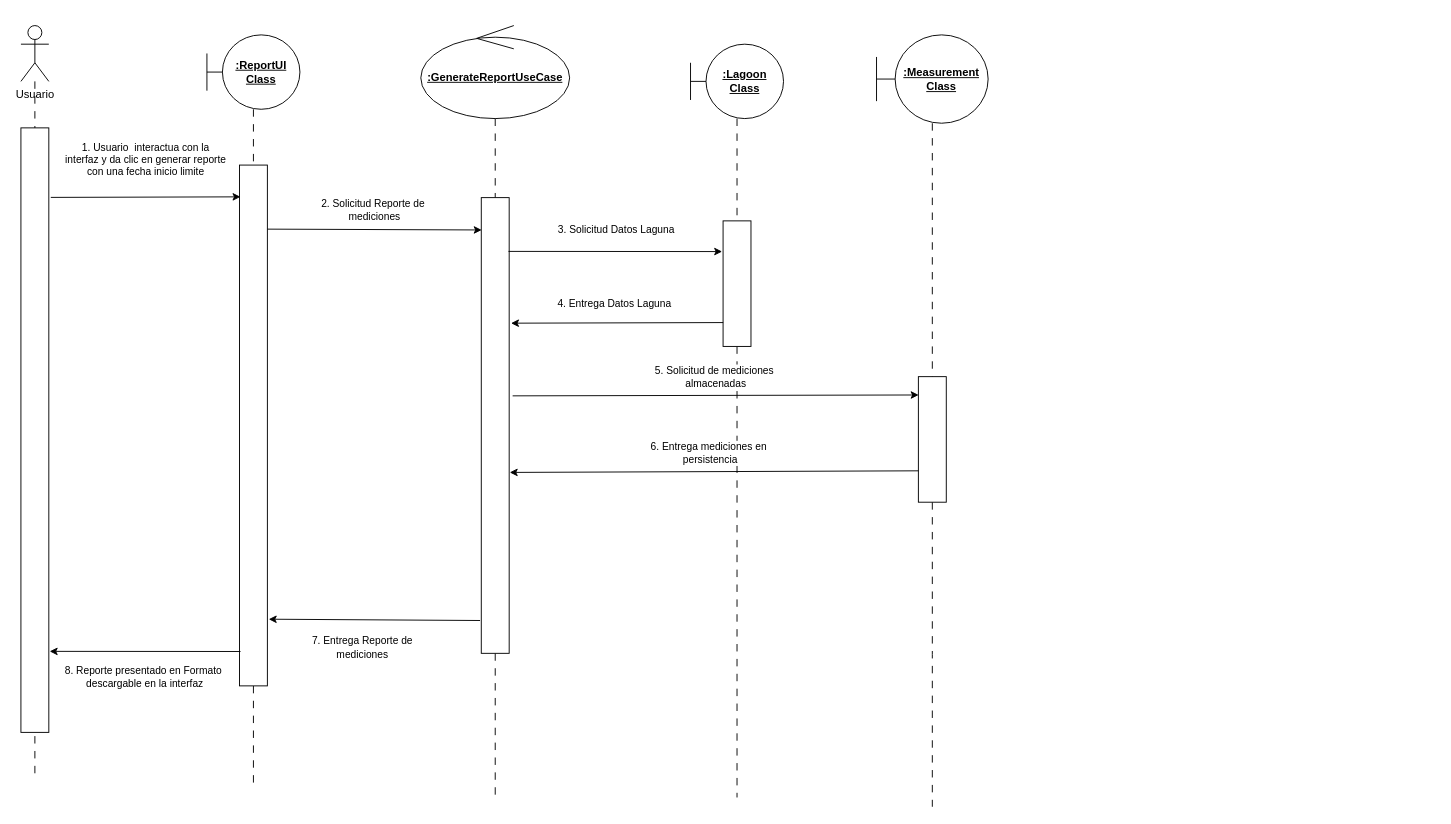
Above: docs/Diagramas/Draw Files/GenerarReporteUC/Diagrama de Secuencia.drawio in cataaap24/LaVenturosa (draw.io), before the change. Source tidied: cells renumbered, new cells numbered last; positions are measured from the earlier drawing's top-left corner, leaving out a move shared by most shapes. Both pictures are drawn from the tidied source at 93%, with x=0, y=0 at pixel (20, 25).
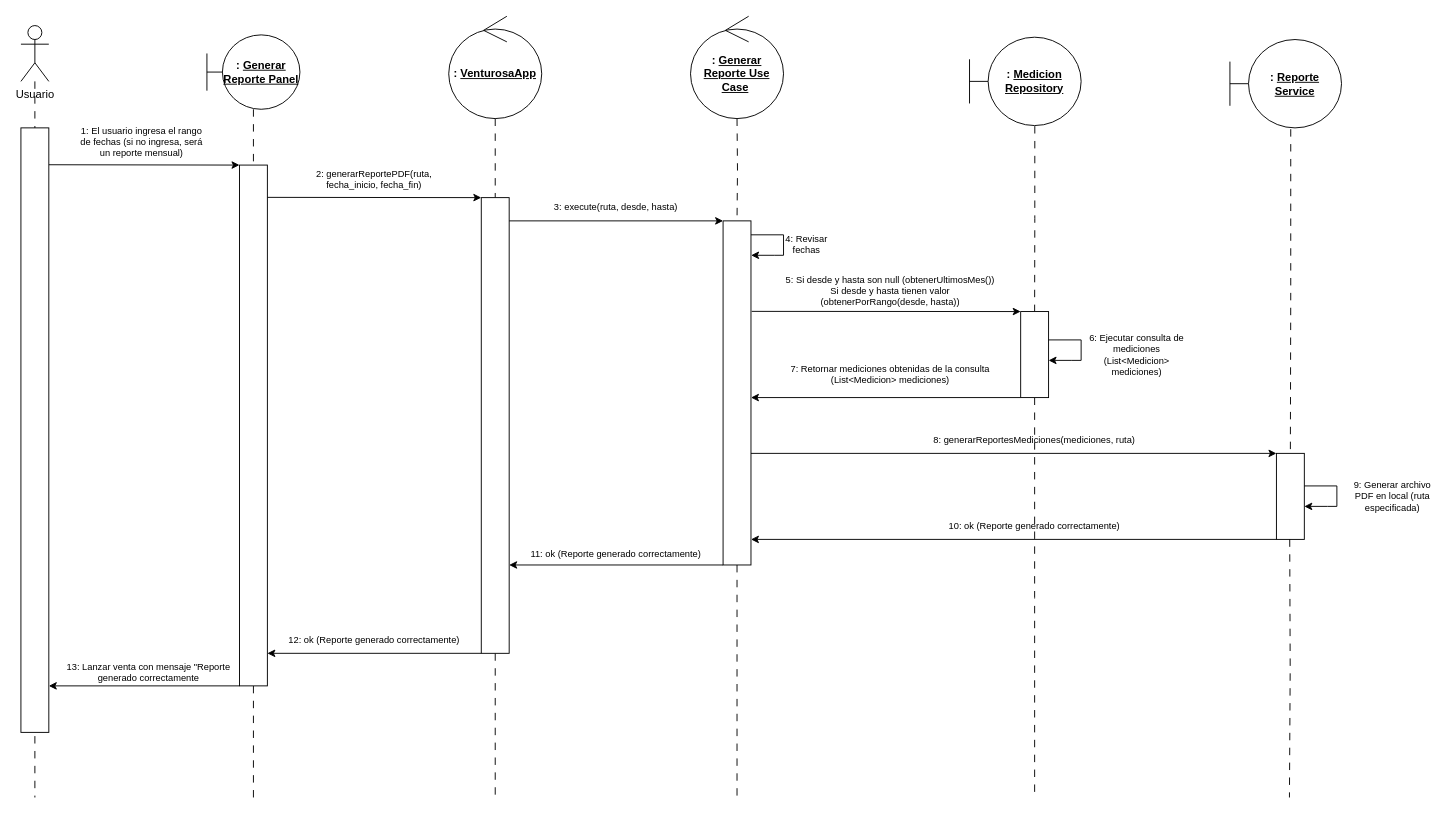
The same diagram, later.

Unchanged cells that the change refers to:
```xml
<mxCell id="3" value="Usuario" style="shape=umlActor;verticalLabelPosition=bottom;verticalAlign=top;html=1;" parent="1" vertex="1">
  <mxGeometry width="30" height="60" as="geometry" />
</mxCell>
<mxCell id="12" style="rounded=0;whiteSpace=wrap;html=1;" parent="1" vertex="1">
  <mxGeometry y="110" width="30" height="650" as="geometry" />
</mxCell>
<mxCell id="14" style="rounded=0;whiteSpace=wrap;html=1;" parent="1" vertex="1">
  <mxGeometry x="235" y="150" width="30" height="560" as="geometry" />
</mxCell>
<mxCell id="16" style="rounded=0;whiteSpace=wrap;html=1;" parent="1" vertex="1">
  <mxGeometry x="495" y="185" width="30" height="490" as="geometry" />
</mxCell>
```

Change to the diagram source:
```diff
@@
     <mxCell id="2" style="edgeStyle=orthogonalEdgeStyle;rounded=0;jettySize=auto;html=1;endArrow=none;endFill=0;dashed=1;dashPattern=8 8;" parent="1" edge="1" source="3">
       <mxGeometry relative="1" as="geometry">
-        <mxPoint x="15" y="810" as="targetPoint" />
+        <mxPoint x="15" y="830" as="targetPoint" />
       </mxGeometry>
     </mxCell>
@@
     <mxCell id="4" style="edgeStyle=orthogonalEdgeStyle;rounded=0;jettySize=auto;html=1;endArrow=none;endFill=0;dashed=1;dashPattern=8 8;" parent="1" edge="1" source="14">
       <mxGeometry relative="1" as="geometry">
-        <mxPoint x="250" y="820" as="targetPoint" />
+        <mxPoint x="250" y="830" as="targetPoint" />
       </mxGeometry>
     </mxCell>
-    <mxCell id="5" value="&lt;b&gt;&lt;u&gt;:ReportUI&lt;/u&gt;&lt;/b&gt;&lt;div&gt;&lt;b&gt;&lt;u&gt;Class&lt;/u&gt;&lt;/b&gt;&lt;/div&gt;" style="shape=umlBoundary;whiteSpace=wrap;html=1;" parent="1" vertex="1">
+    <mxCell id="5" value="&lt;b&gt;: &lt;u&gt;Generar Reporte Panel&lt;/u&gt;&lt;/b&gt;" style="shape=umlBoundary;whiteSpace=wrap;html=1;" parent="1" vertex="1">
       <mxGeometry x="200" y="10" width="100" height="80" as="geometry" />
     </mxCell>
@@
-    <mxCell id="7" value="&lt;u&gt;&lt;b&gt;:GenerateReportUseCase&lt;/b&gt;&lt;/u&gt;" style="ellipse;shape=umlControl;whiteSpace=wrap;html=1;" parent="1" vertex="1">
-      <mxGeometry x="430" width="160" height="100" as="geometry" />
+    <mxCell id="7" value="&lt;b&gt;: &lt;u&gt;VenturosaApp&lt;/u&gt;&lt;/b&gt;" style="ellipse;shape=umlControl;whiteSpace=wrap;html=1;" parent="1" vertex="1">
+      <mxGeometry x="460" y="-10" width="100" height="110" as="geometry" />
     </mxCell>
@@
-    <mxCell id="9" value="&lt;b&gt;&lt;u&gt;:Lagoon&lt;/u&gt;&lt;/b&gt;&lt;div&gt;&lt;b&gt;&lt;u&gt;Class&lt;/u&gt;&lt;/b&gt;&lt;/div&gt;" style="shape=umlBoundary;whiteSpace=wrap;html=1;" parent="1" vertex="1">
-      <mxGeometry x="720" y="20" width="100" height="80" as="geometry" />
-    </mxCell>
     <mxCell id="10" style="edgeStyle=orthogonalEdgeStyle;rounded=0;jettySize=auto;html=1;dashed=1;dashPattern=8 8;endArrow=none;endFill=0;" parent="1" edge="1" source="20">
       <mxGeometry relative="1" as="geometry">
-        <mxPoint x="980" y="840" as="targetPoint" />
+        <mxPoint x="1090" y="830" as="targetPoint" />
       </mxGeometry>
     </mxCell>
-    <mxCell id="11" value="&lt;b&gt;&lt;u&gt;:Measurement&lt;/u&gt;&lt;/b&gt;&lt;div&gt;&lt;b&gt;&lt;u&gt;Class&lt;/u&gt;&lt;/b&gt;&lt;/div&gt;" style="shape=umlBoundary;whiteSpace=wrap;html=1;" parent="1" vertex="1">
-      <mxGeometry x="920" y="10" width="120" height="95" as="geometry" />
+    <mxCell id="11" value="&lt;b&gt;: &lt;u&gt;Medicion Repository&lt;/u&gt;&lt;/b&gt;" style="shape=umlBoundary;whiteSpace=wrap;html=1;" parent="1" vertex="1">
+      <mxGeometry x="1020" y="12.5" width="120" height="95" as="geometry" />
     </mxCell>
@@
-    <mxCell id="17" style="edgeStyle=orthogonalEdgeStyle;rounded=0;jettySize=auto;html=1;endArrow=none;endFill=0;dashed=1;dashPattern=8 8;" parent="1" edge="1" source="9" target="18">
-      <mxGeometry relative="1" as="geometry" />
+    <mxCell id="17" style="edgeStyle=orthogonalEdgeStyle;rounded=0;jettySize=auto;html=1;endArrow=none;endFill=0;dashed=1;dashPattern=8 8;" parent="1" edge="1" target="18">
+      <mxGeometry relative="1" as="geometry">
+        <mxPoint x="770" y="100" as="sourcePoint" />
+      </mxGeometry>
     </mxCell>
     <mxCell id="18" style="rounded=0;whiteSpace=wrap;html=1;" parent="1" vertex="1">
-      <mxGeometry x="755" y="210" width="30" height="135" as="geometry" />
+      <mxGeometry x="755" y="210" width="30" height="370" as="geometry" />
     </mxCell>
-    <mxCell id="19" style="edgeStyle=orthogonalEdgeStyle;rounded=0;jettySize=auto;html=1;dashed=1;dashPattern=8 8;endArrow=none;endFill=0;" parent="1" edge="1" source="11" target="20">
+    <mxCell id="19" style="edgeStyle=orthogonalEdgeStyle;rounded=0;jettySize=auto;html=1;dashed=1;dashPattern=8 8;endArrow=none;endFill=0;exitX=0.585;exitY=1.006;exitDx=0;exitDy=0;exitPerimeter=0;" parent="1" edge="1" source="11" target="20">
       <mxGeometry relative="1" as="geometry" />
     </mxCell>
     <mxCell id="20" style="rounded=0;whiteSpace=wrap;html=1;" parent="1" vertex="1">
-      <mxGeometry x="965" y="377.5" width="30" height="135" as="geometry" />
+      <mxGeometry x="1075" y="307.5" width="30" height="92.5" as="geometry" />
     </mxCell>
-    <mxCell id="21" value="1. Usuario&amp;nbsp; interactua con la&lt;div&gt;interfaz y da clic en generar reporte&lt;/div&gt;&lt;div&gt;con una fecha inicio limite&lt;/div&gt;" style="edgeStyle=none;jettySize=auto;html=1;rounded=0;entryX=0.037;entryY=0.061;entryDx=0;entryDy=0;entryPerimeter=0;exitX=1.071;exitY=0.115;exitDx=0;exitDy=0;exitPerimeter=0;" parent="1" edge="1" source="12" target="14">
-      <mxGeometry y="40" relative="1" as="geometry" />
+    <mxCell id="21" style="endArrow=classic;html=1;rounded=0;exitX=1.005;exitY=0.061;exitDx=0;exitDy=0;exitPerimeter=0;entryX=0;entryY=0;entryDx=0;entryDy=0;" parent="1" edge="1" source="12" target="14">
+      <mxGeometry relative="1" as="geometry" />
     </mxCell>
-    <mxCell id="22" value="8. Reporte presentado en Formato&amp;nbsp;&lt;div&gt;descargable en la interfaz&lt;/div&gt;" style="edgeStyle=none;jettySize=auto;html=1;rounded=0;exitX=0.037;exitY=0.934;exitDx=0;exitDy=0;exitPerimeter=0;entryX=1.031;entryY=0.866;entryDx=0;entryDy=0;entryPerimeter=0;" parent="1" edge="1" source="14" target="12">
-      <mxGeometry y="28" relative="1" as="geometry" />
-    </mxCell>
+    <mxCell id="29" value="1: El usuario ingresa el rango de fechas (si no ingresa, será un reporte mensual)" style="text;html=1;whiteSpace=wrap;strokeColor=none;fillColor=none;align=center;verticalAlign=middle;rounded=0;fontSize=10;" parent="1" vertex="1">
+      <mxGeometry x="60" y="110" width="140" height="30" as="geometry" />
+    </mxCell>
-    <mxCell id="23" value="2. Solicitud Reporte de&amp;nbsp;&lt;div&gt;mediciones&lt;/div&gt;" style="edgeStyle=none;jettySize=auto;html=1;rounded=0;exitX=1.001;exitY=0.123;exitDx=0;exitDy=0;exitPerimeter=0;entryX=0.015;entryY=0.071;entryDx=0;entryDy=0;entryPerimeter=0;" parent="1" edge="1" source="14" target="16">
-      <mxGeometry y="20" relative="1" as="geometry" />
+    <mxCell id="23" style="endArrow=classic;html=1;rounded=0;exitX=1.005;exitY=0.062;exitDx=0;exitDy=0;exitPerimeter=0;entryX=0;entryY=0;entryDx=0;entryDy=0;" parent="1" edge="1" source="14" target="16">
+      <mxGeometry relative="1" as="geometry" />
     </mxCell>
-    <mxCell id="24" value="7. Entrega Reporte de&lt;div&gt;mediciones&lt;/div&gt;" style="edgeStyle=none;jettySize=auto;html=1;rounded=0;entryX=1.049;entryY=0.872;entryDx=0;entryDy=0;entryPerimeter=0;exitX=-0.044;exitY=0.928;exitDx=0;exitDy=0;exitPerimeter=0;" parent="1" edge="1" source="16" target="14">
-      <mxGeometry x="0.11" y="30" relative="1" as="geometry" />
-    </mxCell>
-    <mxCell id="25" value="3. Solicitud Datos Laguna" style="edgeStyle=none;jettySize=auto;html=1;rounded=0;exitX=0.975;exitY=0.118;exitDx=0;exitDy=0;exitPerimeter=0;" parent="1" edge="1" source="16">
-      <mxGeometry x="0.01" y="23" relative="1" as="geometry">
-        <mxPoint x="754" y="243" as="targetPoint" />
-      </mxGeometry>
-    </mxCell>
-    <mxCell id="26" value="4. Entrega Datos Laguna" style="edgeStyle=none;jettySize=auto;html=1;rounded=0;exitX=0.004;exitY=0.81;exitDx=0;exitDy=0;exitPerimeter=0;" parent="1" edge="1" source="18">
-      <mxGeometry x="0.03" y="-21" relative="1" as="geometry">
-        <mxPoint x="527" y="320" as="targetPoint" />
-      </mxGeometry>
-    </mxCell>
-    <mxCell id="27" value="5. Solicitud de mediciones&amp;nbsp;&lt;div&gt;almacenadas&lt;/div&gt;" style="edgeStyle=none;jettySize=auto;html=1;rounded=0;exitX=1.124;exitY=0.435;exitDx=0;exitDy=0;exitPerimeter=0;entryX=0.01;entryY=0.146;entryDx=0;entryDy=0;entryPerimeter=0;" parent="1" edge="1" source="16" target="20">
-      <mxGeometry y="20" relative="1" as="geometry" />
-    </mxCell>
-    <mxCell id="28" value="6. Entrega mediciones en&amp;nbsp;&lt;div&gt;persistencia&lt;/div&gt;" style="edgeStyle=none;jettySize=auto;html=1;rounded=0;exitX=0;exitY=0.75;exitDx=0;exitDy=0;entryX=1.02;entryY=0.603;entryDx=0;entryDy=0;entryPerimeter=0;" parent="1" edge="1" source="20" target="16">
-      <mxGeometry x="0.02" y="-20" relative="1" as="geometry" />
-    </mxCell>
+    <mxCell id="30" value="2: generarReportePDF(ruta, fecha_inicio, fecha_fin)" style="text;html=1;whiteSpace=wrap;strokeColor=none;fillColor=none;align=center;verticalAlign=middle;rounded=0;fontSize=10;" parent="1" vertex="1">
+      <mxGeometry x="290" y="150" width="180" height="30" as="geometry" />
+    </mxCell>
+    <mxCell id="31" value="&lt;b&gt;: &lt;u&gt;Generar Reporte Use Case&lt;/u&gt;&amp;nbsp;&lt;/b&gt;" style="ellipse;shape=umlControl;whiteSpace=wrap;html=1;" parent="1" vertex="1">
+      <mxGeometry x="720" y="-10" width="100" height="110" as="geometry" />
+    </mxCell>
+    <mxCell id="32" style="endArrow=classic;html=1;rounded=0;exitX=1.005;exitY=0.062;exitDx=0;exitDy=0;exitPerimeter=0;entryX=0;entryY=0;entryDx=0;entryDy=0;" parent="1" edge="1">
+      <mxGeometry relative="1" as="geometry">
+        <mxPoint x="525" y="210" as="sourcePoint" />
+        <mxPoint x="755" y="210" as="targetPoint" />
+      </mxGeometry>
+    </mxCell>
+    <mxCell id="33" value="3: execute(ruta, desde, hasta)" style="text;html=1;whiteSpace=wrap;strokeColor=none;fillColor=none;align=center;verticalAlign=middle;rounded=0;fontSize=10;" parent="1" vertex="1">
+      <mxGeometry x="550" y="180" width="180" height="30" as="geometry" />
+    </mxCell>
+    <mxCell id="34" style="endArrow=classic;html=1;rounded=0;exitX=1.005;exitY=0.062;exitDx=0;exitDy=0;exitPerimeter=0;entryX=1.006;entryY=0.1;entryDx=0;entryDy=0;entryPerimeter=0;" parent="1" edge="1" target="18">
+      <mxGeometry relative="1" as="geometry">
+        <mxPoint x="785" y="225" as="sourcePoint" />
+        <Array as="points">
+          <mxPoint x="820" y="225" />
+          <mxPoint x="820" y="247" />
+          <mxPoint x="810" y="247" />
+        </Array>
+      </mxGeometry>
+    </mxCell>
+    <mxCell id="35" value="4: Revisar fechas" style="text;html=1;whiteSpace=wrap;strokeColor=none;fillColor=none;align=center;verticalAlign=middle;rounded=0;fontSize=10;" parent="1" vertex="1">
+      <mxGeometry x="810" y="220" width="70" height="30" as="geometry" />
+    </mxCell>
+    <mxCell id="36" style="endArrow=classic;html=1;rounded=0;exitX=1.025;exitY=0.263;exitDx=0;exitDy=0;exitPerimeter=0;entryX=0;entryY=0;entryDx=0;entryDy=0;" parent="1" edge="1" source="18" target="20">
+      <mxGeometry relative="1" as="geometry" />
+    </mxCell>
+    <mxCell id="37" value="5: Si desde y hasta son null (obtenerUltimosMes())&lt;div&gt;Si desde y hasta tienen valor&lt;/div&gt;&lt;div&gt;(obtenerPorRango(desde, hasta))&lt;/div&gt;" style="text;html=1;whiteSpace=wrap;strokeColor=none;fillColor=none;align=center;verticalAlign=middle;rounded=0;fontSize=10;" parent="1" vertex="1">
+      <mxGeometry x="810" y="270" width="250" height="30" as="geometry" />
+    </mxCell>
+    <mxCell id="38" style="endArrow=classic;html=1;rounded=0;exitX=1.005;exitY=0.062;exitDx=0;exitDy=0;exitPerimeter=0;entryX=1.003;entryY=0.175;entryDx=0;entryDy=0;entryPerimeter=0;" parent="1" edge="1">
+      <mxGeometry relative="1" as="geometry">
+        <mxPoint x="1105" y="338" as="sourcePoint" />
+        <mxPoint x="1105" y="360" as="targetPoint" />
+        <Array as="points">
+          <mxPoint x="1140" y="338" />
+          <mxPoint x="1140" y="360" />
+          <mxPoint x="1130" y="360" />
+        </Array>
+      </mxGeometry>
+    </mxCell>
+    <mxCell id="39" value="6: Ejecutar consulta de mediciones (List&amp;lt;Medicion&amp;gt; mediciones)" style="text;html=1;whiteSpace=wrap;strokeColor=none;fillColor=none;align=center;verticalAlign=middle;rounded=0;fontSize=10;" parent="1" vertex="1">
+      <mxGeometry x="1140" y="338.8" width="120" height="30" as="geometry" />
+    </mxCell>
+    <mxCell id="40" style="endArrow=none;html=1;rounded=0;exitX=1.005;exitY=0.466;exitDx=0;exitDy=0;exitPerimeter=0;entryX=0;entryY=0;entryDx=0;entryDy=0;endFill=0;startArrow=classic;startFill=1;" parent="1" edge="1">
+      <mxGeometry relative="1" as="geometry">
+        <mxPoint x="785" y="400" as="sourcePoint" />
+        <mxPoint x="1075" y="400" as="targetPoint" />
+      </mxGeometry>
+    </mxCell>
+    <mxCell id="41" value="7: Retornar mediciones obtenidas de la consulta&lt;div&gt;(List&amp;lt;Medicion&amp;gt; mediciones)&lt;/div&gt;" style="text;html=1;whiteSpace=wrap;strokeColor=none;fillColor=none;align=center;verticalAlign=middle;rounded=0;fontSize=10;" parent="1" vertex="1">
+      <mxGeometry x="810" y="360" width="250" height="30" as="geometry" />
+    </mxCell>
+    <mxCell id="42" value="&lt;b&gt;: &lt;u&gt;Reporte Service&lt;/u&gt;&lt;/b&gt;" style="shape=umlBoundary;whiteSpace=wrap;html=1;" parent="1" vertex="1">
+      <mxGeometry x="1300" y="15" width="120" height="95" as="geometry" />
+    </mxCell>
+    <mxCell id="43" style="edgeStyle=orthogonalEdgeStyle;rounded=0;jettySize=auto;html=1;dashed=1;dashPattern=8 8;endArrow=none;endFill=0;exitX=0.545;exitY=1.015;exitDx=0;exitDy=0;exitPerimeter=0;entryX=0.5;entryY=0;entryDx=0;entryDy=0;" parent="1" edge="1" source="42" target="44">
+      <mxGeometry relative="1" as="geometry" />
+    </mxCell>
+    <mxCell id="44" style="rounded=0;whiteSpace=wrap;html=1;" parent="1" vertex="1">
+      <mxGeometry x="1350" y="460" width="30" height="92.5" as="geometry" />
+    </mxCell>
+    <mxCell id="45" style="endArrow=classic;html=1;rounded=0;exitX=1.025;exitY=0.263;exitDx=0;exitDy=0;exitPerimeter=0;entryX=0;entryY=0;entryDx=0;entryDy=0;" parent="1" edge="1" target="44">
+      <mxGeometry relative="1" as="geometry">
+        <mxPoint x="785" y="460" as="sourcePoint" />
+      </mxGeometry>
+    </mxCell>
+    <mxCell id="46" style="endArrow=none;html=1;rounded=0;exitX=1.025;exitY=0.263;exitDx=0;exitDy=0;exitPerimeter=0;entryX=0;entryY=0;entryDx=0;entryDy=0;endFill=0;startArrow=classic;startFill=1;" parent="1" edge="1">
+      <mxGeometry relative="1" as="geometry">
+        <mxPoint x="785" y="552.5" as="sourcePoint" />
+        <mxPoint x="1350" y="552.5" as="targetPoint" />
+      </mxGeometry>
+    </mxCell>
+    <mxCell id="47" value="8: generarReportesMediciones(mediciones, ruta)" style="text;html=1;whiteSpace=wrap;strokeColor=none;fillColor=none;align=center;verticalAlign=middle;rounded=0;fontSize=10;" parent="1" vertex="1">
+      <mxGeometry x="965" y="430" width="250" height="30" as="geometry" />
+    </mxCell>
+    <mxCell id="48" style="endArrow=classic;html=1;rounded=0;exitX=1.005;exitY=0.062;exitDx=0;exitDy=0;exitPerimeter=0;entryX=1.003;entryY=0.175;entryDx=0;entryDy=0;entryPerimeter=0;" parent="1" edge="1">
+      <mxGeometry relative="1" as="geometry">
+        <mxPoint x="1380" y="495" as="sourcePoint" />
+        <mxPoint x="1380" y="517" as="targetPoint" />
+        <Array as="points">
+          <mxPoint x="1415" y="495" />
+          <mxPoint x="1415" y="517" />
+          <mxPoint x="1405" y="517" />
+        </Array>
+      </mxGeometry>
+    </mxCell>
+    <mxCell id="49" value="9: Generar archivo PDF en local (ruta especificada)" style="text;html=1;whiteSpace=wrap;strokeColor=none;fillColor=none;align=center;verticalAlign=middle;rounded=0;fontSize=10;" parent="1" vertex="1">
+      <mxGeometry x="1430" y="491.2" width="90" height="30" as="geometry" />
+    </mxCell>
+    <mxCell id="50" value="10: ok (Reporte generado correctamente)" style="text;html=1;whiteSpace=wrap;strokeColor=none;fillColor=none;align=center;verticalAlign=middle;rounded=0;fontSize=10;" parent="1" vertex="1">
+      <mxGeometry x="965" y="522.5" width="250" height="30" as="geometry" />
+    </mxCell>
+    <mxCell id="51" style="endArrow=none;html=1;rounded=0;exitX=1.005;exitY=0.062;exitDx=0;exitDy=0;exitPerimeter=0;entryX=0;entryY=0;entryDx=0;entryDy=0;endFill=0;startArrow=classic;startFill=1;" parent="1" edge="1">
+      <mxGeometry relative="1" as="geometry">
+        <mxPoint x="525" y="580" as="sourcePoint" />
+        <mxPoint x="755" y="580" as="targetPoint" />
+      </mxGeometry>
+    </mxCell>
+    <mxCell id="52" value="11: ok (Reporte generado correctamente)" style="text;html=1;whiteSpace=wrap;strokeColor=none;fillColor=none;align=center;verticalAlign=middle;rounded=0;fontSize=10;" parent="1" vertex="1">
+      <mxGeometry x="515" y="552.5" width="250" height="30" as="geometry" />
+    </mxCell>
+    <mxCell id="53" style="endArrow=none;html=1;rounded=0;exitX=1.005;exitY=0.062;exitDx=0;exitDy=0;exitPerimeter=0;entryX=0;entryY=0;entryDx=0;entryDy=0;startArrow=classic;startFill=1;endFill=0;" parent="1" edge="1">
+      <mxGeometry relative="1" as="geometry">
+        <mxPoint x="265" y="675" as="sourcePoint" />
+        <mxPoint x="495" y="675" as="targetPoint" />
+      </mxGeometry>
+    </mxCell>
+    <mxCell id="54" value="12: ok (Reporte generado correctamente)" style="text;html=1;whiteSpace=wrap;strokeColor=none;fillColor=none;align=center;verticalAlign=middle;rounded=0;fontSize=10;" parent="1" vertex="1">
+      <mxGeometry x="255" y="645" width="250" height="30" as="geometry" />
+    </mxCell>
+    <mxCell id="55" value="13: Lanzar venta con mensaje &quot;Reporte generado correctamente" style="text;html=1;whiteSpace=wrap;strokeColor=none;fillColor=none;align=center;verticalAlign=middle;rounded=0;fontSize=10;" parent="1" vertex="1">
+      <mxGeometry x="40" y="680" width="195" height="30" as="geometry" />
+    </mxCell>
+    <mxCell id="56" style="endArrow=none;html=1;rounded=0;exitX=1.005;exitY=0.061;exitDx=0;exitDy=0;exitPerimeter=0;entryX=0;entryY=0;entryDx=0;entryDy=0;endFill=0;startArrow=classic;startFill=1;" parent="1" edge="1">
+      <mxGeometry relative="1" as="geometry">
+        <mxPoint x="30" y="710" as="sourcePoint" />
+        <mxPoint x="235" y="710" as="targetPoint" />
+      </mxGeometry>
+    </mxCell>
+    <mxCell id="57" style="edgeStyle=orthogonalEdgeStyle;rounded=0;orthogonalLoop=1;jettySize=auto;html=1;dashed=1;dashPattern=8 8;endArrow=none;endFill=0;" parent="1" edge="1">
+      <mxGeometry relative="1" as="geometry">
+        <mxPoint x="1364.3" y="552.5" as="sourcePoint" />
+        <mxPoint x="1364" y="830" as="targetPoint" />
+      </mxGeometry>
+    </mxCell>
```
